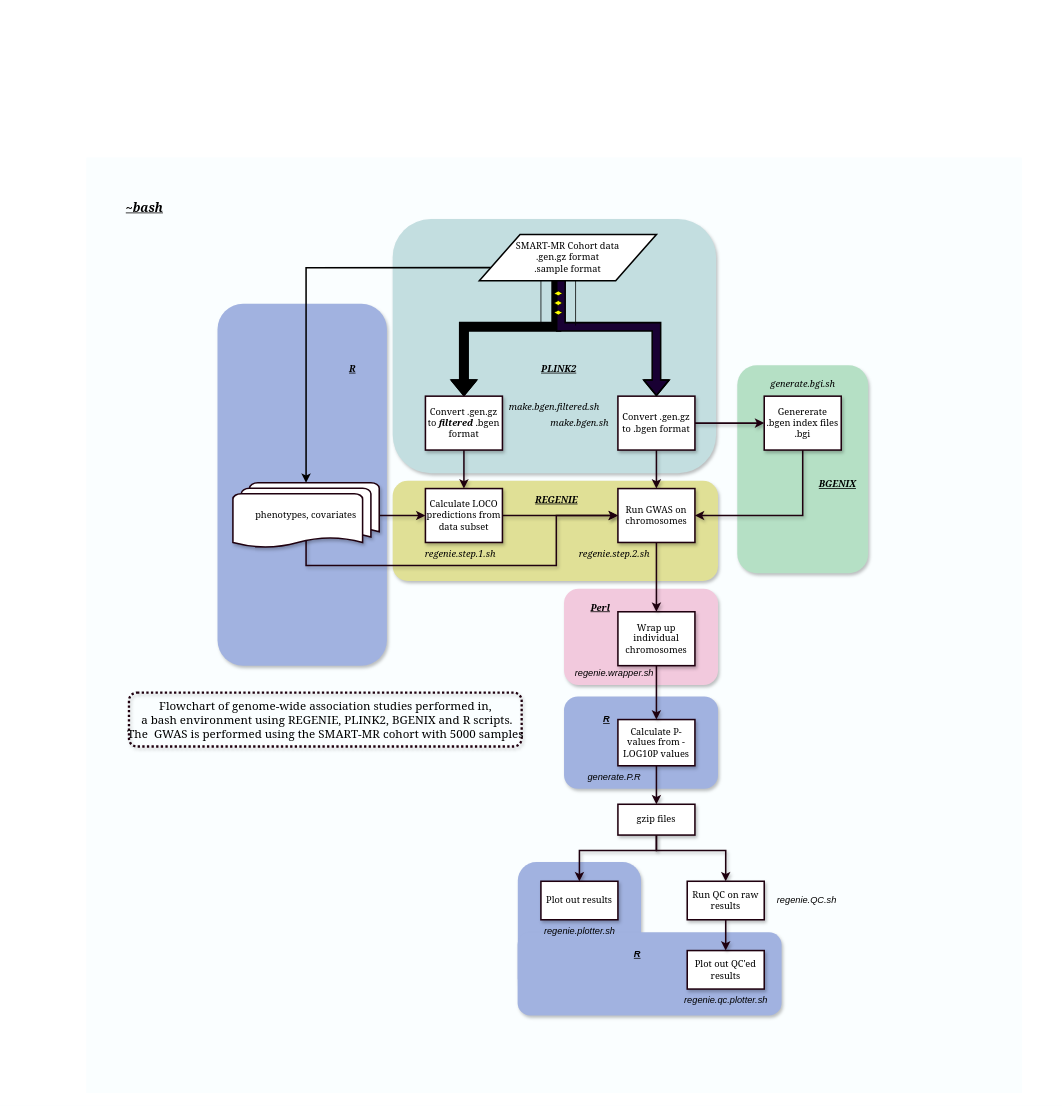
Above: REGENIE_SMART.drawio in xEmz/xEmz (draw.io), before the change. Source tidied: cells renumbered, new cells numbered last; positions are measured from the earlier drawing's top-left corner, leaving out a move shared by most shapes. Both pictures are drawn from the tidied source at 77%, with x=0, y=0 at pixel (86, 157).
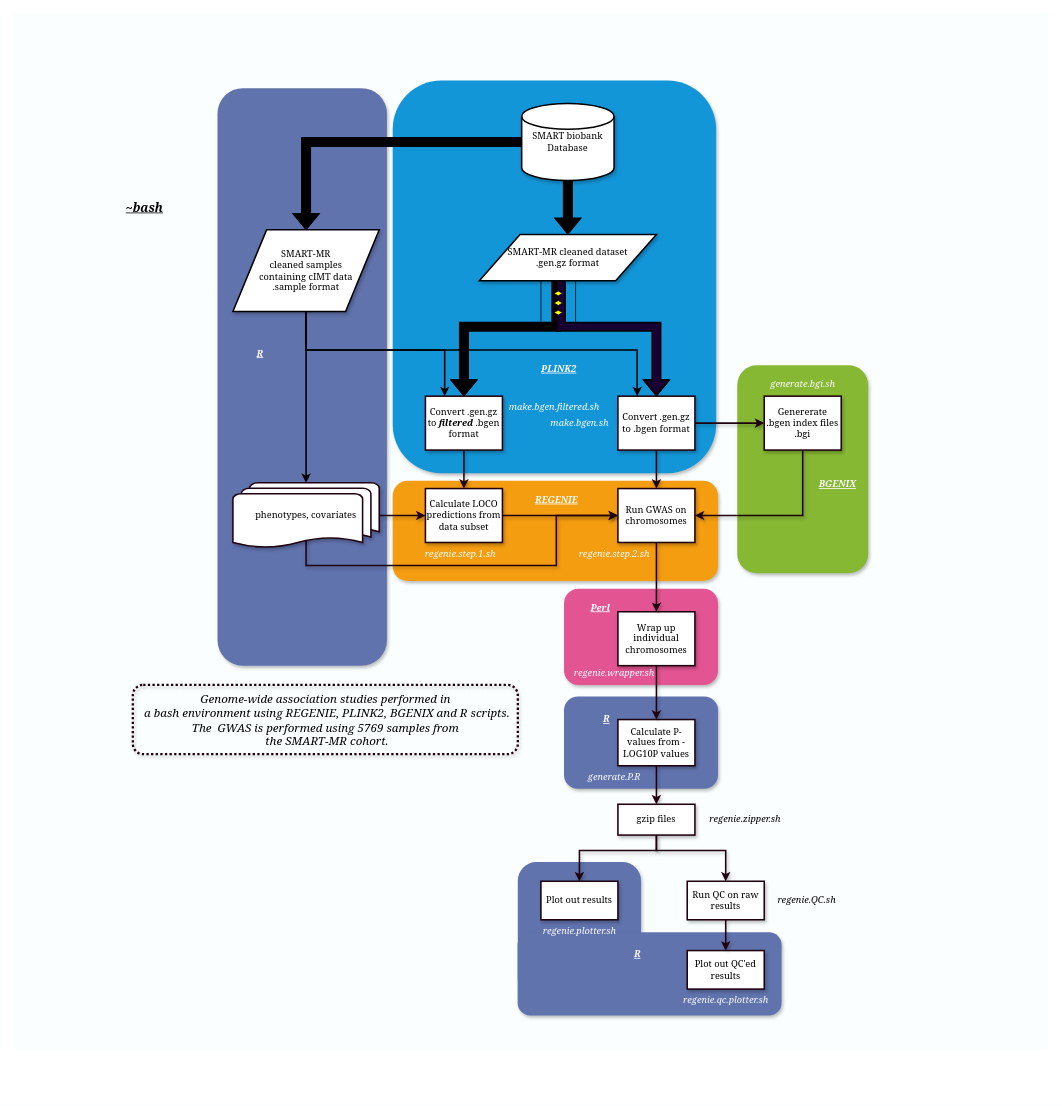
The same diagram, later.

Unchanged cells that the change refers to:
```xml
<mxCell id="13" value="Convert .gen.gz to &lt;i&gt;&lt;b&gt;filtered&lt;/b&gt; &lt;/i&gt;.bgen format" style="whiteSpace=wrap;html=1;absoluteArcSize=1;arcSize=14;strokeWidth=2;fillColor=#FFFFFF;fontFamily=Georgia;strokeColor=#1F000F;sketch=0;shadow=1;" parent="1" vertex="1">
  <mxGeometry x="440" y="310" width="100" height="70" as="geometry" />
</mxCell>
<mxCell id="16" value="Convert .gen.gz to .bgen format" style="whiteSpace=wrap;html=1;absoluteArcSize=1;arcSize=14;strokeWidth=2;fillColor=#FFFFFF;fontFamily=Georgia;strokeColor=#1F000F;sketch=0;shadow=1;" parent="1" vertex="1">
  <mxGeometry x="690" y="310" width="100" height="70" as="geometry" />
</mxCell>
<mxCell id="27" value="phenotypes, covariates" style="strokeWidth=2;html=1;shape=mxgraph.flowchart.multi-document;whiteSpace=wrap;fillColor=#FFFFFF;fontFamily=Georgia;strokeColor=#1F000F;sketch=0;shadow=1;" parent="1" vertex="1">
  <mxGeometry x="190" y="422.5" width="190" height="85" as="geometry" />
</mxCell>
```

Change to the diagram source:
```diff
@@
     <mxCell id="2" style="whiteSpace=wrap;html=1;strokeWidth=20;fontFamily=Georgia;fontColor=#000000;fillColor=#FAFEFF;strokeColor=none;sketch=0;" parent="1" vertex="1">
-      <mxGeometry x="-0.4" width="1215" height="1215" as="geometry" />
+      <mxGeometry x="-95" y="-187.5" width="1345" height="1345" as="geometry" />
     </mxCell>
-    <mxCell id="3" style="whiteSpace=wrap;html=1;fontFamily=Georgia;fontColor=none;fillColor=#A1B2E0;strokeColor=none;sketch=0;glass=0;shadow=1;rounded=1;" parent="1" vertex="1">
+    <mxCell id="3" style="whiteSpace=wrap;html=1;fontFamily=Georgia;fontColor=none;fillColor=#6173AD;strokeColor=none;sketch=0;glass=0;shadow=1;rounded=1;" parent="1" vertex="1">
       <mxGeometry x="560" y="915" width="160" height="175" as="geometry" />
     </mxCell>
-    <mxCell id="4" style="whiteSpace=wrap;html=1;fontFamily=Georgia;fontColor=none;fillColor=#A1B2E0;strokeColor=none;sketch=0;glass=0;shadow=1;rounded=1;" parent="1" vertex="1">
+    <mxCell id="4" style="whiteSpace=wrap;html=1;fontFamily=Georgia;fontColor=none;fillColor=#6173AD;strokeColor=none;sketch=0;glass=0;shadow=1;rounded=1;" parent="1" vertex="1">
       <mxGeometry x="620" y="700" width="200" height="120" as="geometry" />
     </mxCell>
-    <mxCell id="5" style="whiteSpace=wrap;html=1;fontFamily=Georgia;fontColor=#000000;fillColor=#E0E096;strokeColor=none;sketch=0;glass=0;shadow=1;rounded=1;" parent="1" vertex="1">
+    <mxCell id="5" style="whiteSpace=wrap;html=1;fontFamily=Georgia;fontColor=#000000;fillColor=#F59D10;strokeColor=none;sketch=0;glass=0;shadow=1;rounded=1;" parent="1" vertex="1">
       <mxGeometry x="397.5" y="420" width="422.5" height="130" as="geometry" />
     </mxCell>
-    <mxCell id="6" style="whiteSpace=wrap;html=1;fontFamily=Georgia;fontColor=#000000;fillColor=#B5E0C5;strokeColor=none;sketch=0;rounded=1;glass=0;shadow=1;" parent="1" vertex="1">
+    <mxCell id="6" style="whiteSpace=wrap;html=1;fontFamily=Georgia;fontColor=#000000;fillColor=#86B833;strokeColor=none;sketch=0;rounded=1;glass=0;shadow=1;" parent="1" vertex="1">
       <mxGeometry x="845" y="270" width="170" height="270" as="geometry" />
     </mxCell>
-    <mxCell id="7" style="whiteSpace=wrap;html=1;fontFamily=Georgia;fontColor=none;fillColor=#A1B2E0;strokeColor=none;sketch=0;glass=0;shadow=1;rounded=1;" parent="1" vertex="1">
-      <mxGeometry x="170" y="190" width="220" height="470" as="geometry" />
+    <mxCell id="7" style="whiteSpace=wrap;html=1;fontFamily=Georgia;fontColor=none;fillColor=#6173AD;strokeColor=none;sketch=0;glass=0;shadow=1;rounded=1;" parent="1" vertex="1">
+      <mxGeometry x="170" y="-90" width="220" height="750" as="geometry" />
     </mxCell>
-    <mxCell id="8" style="whiteSpace=wrap;html=1;fillColor=#C3DEE0;strokeColor=none;fontFamily=Georgia;sketch=0;glass=0;shadow=1;rounded=1;" parent="1" vertex="1">
-      <mxGeometry x="397.5" y="80" width="420" height="330" as="geometry" />
+    <mxCell id="8" style="whiteSpace=wrap;html=1;fillColor=#1396D8;strokeColor=none;fontFamily=Georgia;sketch=0;glass=0;shadow=1;rounded=1;" parent="1" vertex="1">
+      <mxGeometry x="397.5" y="-100" width="420" height="510" as="geometry" />
     </mxCell>
-    <mxCell id="9" style="edgeStyle=orthogonalEdgeStyle;jettySize=auto;html=1;strokeColor=default;strokeWidth=2;fillColor=#000000;exitX=0;exitY=0.75;exitDx=0;exitDy=0;fontFamily=Georgia;rounded=0;sketch=0;" parent="1" edge="1" source="10" target="27">
-      <mxGeometry relative="1" as="geometry" />
-    </mxCell>
-    <mxCell id="10" value="&lt;font&gt;SMART-MR Cohort data&lt;br&gt;.gen.gz format&lt;br&gt;.sample format&lt;/font&gt;" style="shape=parallelogram;html=1;strokeWidth=2;perimeter=parallelogramPerimeter;whiteSpace=wrap;arcSize=12;size=0.23;fontFamily=Georgia;strokeColor=default;sketch=0;" parent="1" vertex="1">
+    <mxCell id="10" value="&lt;font&gt;SMART-MR cleaned dataset&lt;br&gt;.gen.gz format&lt;br&gt;&lt;/font&gt;" style="shape=parallelogram;html=1;strokeWidth=2;perimeter=parallelogramPerimeter;whiteSpace=wrap;arcSize=12;size=0.23;fontFamily=Georgia;strokeColor=default;sketch=0;shadow=1;" parent="1" vertex="1">
       <mxGeometry x="510" y="100" width="230" height="60" as="geometry" />
     </mxCell>
@@
-    <mxCell id="33" value="&lt;i&gt;&lt;b&gt;&lt;u&gt;PLINK2&lt;/u&gt;&lt;/b&gt;&lt;/i&gt;" style="text;html=1;align=center;verticalAlign=middle;strokeColor=none;fillColor=none;fontFamily=Georgia;sketch=0;shadow=1;" parent="1" vertex="1">
+    <mxCell id="33" value="&lt;i&gt;&lt;b&gt;&lt;u&gt;PLINK2&lt;/u&gt;&lt;/b&gt;&lt;/i&gt;" style="text;html=1;align=center;verticalAlign=middle;strokeColor=none;fillColor=none;fontFamily=Georgia;sketch=0;shadow=1;fontColor=#FFFFFF;" parent="1" vertex="1">
       <mxGeometry x="577.5" y="260" width="70" height="30" as="geometry" />
     </mxCell>
@@
-    <mxCell id="35" value="&lt;b style=&quot;&quot;&gt;&lt;i&gt;&lt;u&gt;R&lt;/u&gt;&lt;/i&gt;&lt;/b&gt;" style="text;html=1;align=center;verticalAlign=middle;strokeColor=none;fillColor=none;fontFamily=Georgia;fontColor=none;sketch=0;shadow=1;" parent="1" vertex="1">
-      <mxGeometry x="330" y="260" width="30" height="30" as="geometry" />
+    <mxCell id="35" value="&lt;b style=&quot;&quot;&gt;&lt;i&gt;&lt;u&gt;R&lt;/u&gt;&lt;/i&gt;&lt;/b&gt;" style="text;html=1;align=center;verticalAlign=middle;strokeColor=none;fillColor=none;fontFamily=Georgia;fontColor=#FFFFFF;sketch=0;shadow=1;" parent="1" vertex="1">
+      <mxGeometry x="210" y="240" width="30" height="30" as="geometry" />
     </mxCell>
-    <mxCell id="36" value="&lt;i&gt;&lt;b&gt;&lt;u&gt;BGENIX&lt;/u&gt;&lt;/b&gt;&lt;/i&gt;" style="text;html=1;align=center;verticalAlign=middle;strokeColor=none;fillColor=none;fontFamily=Georgia;fontColor=#000000;sketch=0;shadow=1;" parent="1" vertex="1">
+    <mxCell id="36" value="&lt;i&gt;&lt;b&gt;&lt;u&gt;BGENIX&lt;/u&gt;&lt;/b&gt;&lt;/i&gt;" style="text;html=1;align=center;verticalAlign=middle;strokeColor=none;fillColor=none;fontFamily=Georgia;fontColor=#FFFFFF;sketch=0;shadow=1;" parent="1" vertex="1">
       <mxGeometry x="935" y="410" width="80" height="30" as="geometry" />
     </mxCell>
-    <mxCell id="37" value="&lt;i&gt;&lt;b&gt;&lt;u&gt;REGENIE&lt;/u&gt;&lt;/b&gt;&lt;/i&gt;" style="text;html=1;align=center;verticalAlign=middle;strokeColor=none;fillColor=none;fontFamily=Georgia;fontColor=#000000;sketch=0;shadow=1;" parent="1" vertex="1">
+    <mxCell id="37" value="&lt;i&gt;&lt;b&gt;&lt;u&gt;REGENIE&lt;/u&gt;&lt;/b&gt;&lt;/i&gt;" style="text;html=1;align=center;verticalAlign=middle;strokeColor=none;fillColor=none;fontFamily=Georgia;fontColor=#FFFFFF;sketch=0;shadow=1;" parent="1" vertex="1">
       <mxGeometry x="570" y="430" width="80" height="30" as="geometry" />
     </mxCell>
@@
-    <mxCell id="39" style="whiteSpace=wrap;html=1;fontFamily=Georgia;fontColor=none;fillColor=#A1B2E0;strokeColor=none;rotation=90;sketch=0;glass=0;shadow=1;rounded=1;" parent="1" vertex="1">
+    <mxCell id="39" style="whiteSpace=wrap;html=1;fontFamily=Georgia;fontColor=none;fillColor=#6173AD;strokeColor=none;rotation=90;sketch=0;glass=0;shadow=1;rounded=1;" parent="1" vertex="1">
       <mxGeometry x="677.1" y="888.9" width="108.1" height="342.8" as="geometry" />
     </mxCell>
@@
-    <mxCell id="42" value="&lt;font style=&quot;font-size: 15px;&quot;&gt;Flowchart of genome-wide association studies performed in,&lt;br&gt;&lt;font style=&quot;font-size: 15px;&quot;&gt;&amp;nbsp;a bash environment using REGENIE, PLINK2, BGENIX and R scripts. &lt;br&gt;&lt;/font&gt;The&amp;nbsp; GWAS is performed using the SMART-MR cohort with 5000 samples&lt;/font&gt;" style="text;html=1;align=center;verticalAlign=middle;strokeColor=#1F000F;fillColor=none;fontFamily=Georgia;dashed=1;dashPattern=1 1;sketch=0;strokeWidth=3;rounded=1;shadow=1;" parent="1" vertex="1">
-      <mxGeometry x="55" y="695" width="510" height="70" as="geometry" />
+    <mxCell id="42" value="&lt;font style=&quot;font-size: 15px;&quot;&gt;&lt;i&gt;Genome-wide association studies performed in&lt;br&gt;&lt;font style=&quot;font-size: 15px;&quot;&gt;&amp;nbsp;a bash environment using REGENIE, PLINK2, BGENIX and R scripts. &lt;br&gt;&lt;/font&gt;The&amp;nbsp; GWAS is performed using 5769 samples from&lt;br&gt;&amp;nbsp;the SMART-MR cohort.&lt;/i&gt;&lt;/font&gt;" style="text;html=1;align=center;verticalAlign=middle;strokeColor=#1F000F;fillColor=none;fontFamily=Georgia;dashed=1;dashPattern=1 1;sketch=0;strokeWidth=3;rounded=1;shadow=1;" parent="1" vertex="1">
+      <mxGeometry x="60" y="685" width="500" height="90" as="geometry" />
     </mxCell>
-    <mxCell id="43" value="make.bgen.filtered.sh" style="text;html=1;align=center;verticalAlign=middle;strokeColor=none;fillColor=none;fontFamily=Georgia;sketch=0;shadow=1;fontStyle=2;" parent="1" vertex="1">
+    <mxCell id="43" value="make.bgen.filtered.sh" style="text;html=1;align=center;verticalAlign=middle;strokeColor=none;fillColor=none;fontFamily=Georgia;sketch=0;shadow=1;fontStyle=2;fontColor=#FFFFFF;" parent="1" vertex="1">
       <mxGeometry x="537.1" y="310" width="140" height="30" as="geometry" />
     </mxCell>
-    <mxCell id="44" value="make.bgen.sh" style="text;html=1;align=center;verticalAlign=middle;strokeColor=none;fillColor=none;fontFamily=Georgia;sketch=0;shadow=1;fontStyle=2;" parent="1" vertex="1">
+    <mxCell id="44" value="make.bgen.sh" style="text;html=1;align=center;verticalAlign=middle;strokeColor=none;fillColor=none;fontFamily=Georgia;sketch=0;shadow=1;fontStyle=2;fontColor=#FFFFFF;" parent="1" vertex="1">
       <mxGeometry x="590" y="330" width="100" height="30" as="geometry" />
     </mxCell>
-    <mxCell id="45" value="generate.bgi.sh" style="text;html=1;align=center;verticalAlign=middle;strokeColor=none;fillColor=none;fontFamily=Georgia;sketch=0;shadow=1;fontStyle=2;" parent="1" vertex="1">
+    <mxCell id="45" value="generate.bgi.sh" style="text;html=1;align=center;verticalAlign=middle;strokeColor=none;fillColor=none;fontFamily=Georgia;sketch=0;shadow=1;fontStyle=2;fontColor=#FFFFFF;" parent="1" vertex="1">
       <mxGeometry x="875" y="280" width="110" height="30" as="geometry" />
     </mxCell>
-    <mxCell id="46" value="regenie.step.1.sh" style="text;html=1;align=center;verticalAlign=middle;strokeColor=none;fillColor=none;fontFamily=Georgia;sketch=0;shadow=1;fontStyle=2;" parent="1" vertex="1">
+    <mxCell id="46" value="regenie.step.1.sh" style="text;html=1;align=center;verticalAlign=middle;strokeColor=none;fillColor=none;fontFamily=Georgia;sketch=0;shadow=1;fontStyle=2;fontColor=#FFFFFF;" parent="1" vertex="1">
       <mxGeometry x="430" y="500" width="110" height="30" as="geometry" />
     </mxCell>
-    <mxCell id="47" value="regenie.step.2.sh" style="text;html=1;align=center;verticalAlign=middle;strokeColor=none;fillColor=none;fontFamily=Georgia;sketch=0;shadow=1;fontStyle=2;" parent="1" vertex="1">
+    <mxCell id="47" value="regenie.step.2.sh" style="text;html=1;align=center;verticalAlign=middle;strokeColor=none;fillColor=none;fontFamily=Georgia;sketch=0;shadow=1;fontStyle=2;fontColor=#FFFFFF;" parent="1" vertex="1">
       <mxGeometry x="630" y="500" width="110" height="30" as="geometry" />
     </mxCell>
-    <mxCell id="48" style="rounded=1;whiteSpace=wrap;html=1;strokeColor=none;fontFamily=Georgia;fillColor=#F2C9DD;sketch=0;glass=0;shadow=1;" parent="1" vertex="1">
+    <mxCell id="48" style="rounded=1;whiteSpace=wrap;html=1;strokeColor=none;fontFamily=Georgia;fillColor=#E35493;sketch=0;glass=0;shadow=1;" parent="1" vertex="1">
       <mxGeometry x="620" y="560" width="200" height="125" as="geometry" />
     </mxCell>
@@
-    <mxCell id="50" value="&lt;b&gt;&lt;i&gt;&lt;u&gt;Perl&lt;/u&gt;&lt;/i&gt;&lt;/b&gt;" style="text;html=1;align=center;verticalAlign=middle;strokeColor=none;fillColor=none;fontFamily=Georgia;sketch=0;shadow=1;" parent="1" vertex="1">
+    <mxCell id="50" value="&lt;b&gt;&lt;i&gt;&lt;u&gt;Perl&lt;/u&gt;&lt;/i&gt;&lt;/b&gt;" style="text;html=1;align=center;verticalAlign=middle;strokeColor=none;fillColor=none;fontFamily=Georgia;sketch=0;shadow=1;fontColor=#FFFFFF;" parent="1" vertex="1">
       <mxGeometry x="641.8" y="570" width="50" height="30" as="geometry" />
     </mxCell>
@@
-    <mxCell id="53" value="&lt;i&gt;regenie.wrapper.sh&lt;/i&gt;" style="text;html=1;align=center;verticalAlign=middle;strokeColor=none;fillColor=none;" parent="1" vertex="1">
+    <mxCell id="53" value="&lt;i&gt;regenie.wrapper.sh&lt;/i&gt;" style="text;html=1;align=center;verticalAlign=middle;strokeColor=none;fillColor=none;fontColor=#FFFFFF;fontFamily=Georgia;" parent="1" vertex="1">
       <mxGeometry x="620" y="655" width="130" height="30" as="geometry" />
     </mxCell>
-    <mxCell id="54" value="&lt;i&gt;generate.P.R&lt;/i&gt;" style="text;html=1;align=center;verticalAlign=middle;strokeColor=none;fillColor=none;" parent="1" vertex="1">
+    <mxCell id="54" value="&lt;i&gt;generate.P.R&lt;/i&gt;" style="text;html=1;align=center;verticalAlign=middle;strokeColor=none;fillColor=none;fontColor=#FFFFFF;fontFamily=Georgia;" parent="1" vertex="1">
       <mxGeometry x="640" y="790" width="90" height="30" as="geometry" />
     </mxCell>
-    <mxCell id="55" value="&lt;i&gt;regenie.plotter.sh&lt;/i&gt;" style="text;html=1;align=center;verticalAlign=middle;strokeColor=none;fillColor=none;" parent="1" vertex="1">
+    <mxCell id="55" value="&lt;i&gt;regenie.plotter.sh&lt;/i&gt;" style="text;html=1;align=center;verticalAlign=middle;strokeColor=none;fillColor=none;fontColor=#FFFFFF;fontFamily=Georgia;" parent="1" vertex="1">
       <mxGeometry x="580" y="990" width="120" height="30" as="geometry" />
     </mxCell>
-    <mxCell id="56" value="&lt;i&gt;regenie.QC.sh&lt;/i&gt;" style="text;html=1;align=center;verticalAlign=middle;strokeColor=none;fillColor=none;" parent="1" vertex="1">
+    <mxCell id="56" value="&lt;i&gt;regenie.QC.sh&lt;/i&gt;" style="text;html=1;align=center;verticalAlign=middle;strokeColor=none;fillColor=none;fontFamily=Georgia;" parent="1" vertex="1">
       <mxGeometry x="885" y="950" width="100" height="30" as="geometry" />
     </mxCell>
-    <mxCell id="57" value="&lt;i&gt;regenie.qc.plotter.sh&lt;/i&gt;" style="text;html=1;align=center;verticalAlign=middle;strokeColor=none;fillColor=none;" parent="1" vertex="1">
+    <mxCell id="57" value="&lt;i&gt;regenie.qc.plotter.sh&lt;/i&gt;" style="text;html=1;align=center;verticalAlign=middle;strokeColor=none;fillColor=none;fontColor=#FFFFFF;fontFamily=Georgia;" parent="1" vertex="1">
       <mxGeometry x="765" y="1080" width="130" height="30" as="geometry" />
     </mxCell>
-    <mxCell id="58" value="&lt;i&gt;&lt;u&gt;&lt;b&gt;R&lt;/b&gt;&lt;/u&gt;&lt;/i&gt;" style="text;html=1;align=center;verticalAlign=middle;strokeColor=none;fillColor=none;rounded=1;shadow=1;glass=0;" parent="1" vertex="1">
+    <mxCell id="58" value="&lt;i&gt;&lt;u&gt;&lt;b&gt;R&lt;/b&gt;&lt;/u&gt;&lt;/i&gt;" style="text;html=1;align=center;verticalAlign=middle;strokeColor=none;fillColor=none;rounded=1;shadow=1;glass=0;fontColor=#FFFFFF;fontFamily=Georgia;" parent="1" vertex="1">
       <mxGeometry x="660" y="715" width="30" height="30" as="geometry" />
     </mxCell>
-    <mxCell id="59" value="&lt;i&gt;&lt;u&gt;&lt;b&gt;R&lt;/b&gt;&lt;/u&gt;&lt;/i&gt;" style="text;html=1;align=center;verticalAlign=middle;strokeColor=none;fillColor=none;rounded=1;shadow=1;glass=0;" parent="1" vertex="1">
+    <mxCell id="59" value="&lt;i&gt;&lt;u&gt;&lt;b&gt;R&lt;/b&gt;&lt;/u&gt;&lt;/i&gt;" style="text;html=1;align=center;verticalAlign=middle;strokeColor=none;fillColor=none;rounded=1;shadow=1;glass=0;fontColor=#FFFFFF;fontFamily=Georgia;" parent="1" vertex="1">
       <mxGeometry x="700" y="1020" width="30" height="30" as="geometry" />
     </mxCell>
+    <mxCell id="60" value="SMART biobank Database" style="strokeWidth=2;html=1;shape=mxgraph.flowchart.database;whiteSpace=wrap;fontColor=#000000;fillColor=default;strokeColor=#000000;sketch=0;shadow=1;fontFamily=Georgia;" parent="1" vertex="1">
+      <mxGeometry x="565" y="-70" width="120" height="100" as="geometry" />
+    </mxCell>
+    <mxCell id="61" style="shape=flexArrow;endArrow=classic;html=1;rounded=0;fontColor=#000000;fillColor=#000000;entryX=0.5;entryY=0;entryDx=0;entryDy=0;strokeWidth=2;exitX=0.5;exitY=1;exitDx=0;exitDy=0;exitPerimeter=0;" parent="1" edge="1" source="60" target="10">
+      <mxGeometry relative="1" as="geometry" />
+    </mxCell>
+    <mxCell id="62" style="edgeStyle=orthogonalEdgeStyle;rounded=0;jettySize=auto;html=1;entryX=0.5;entryY=0;entryDx=0;entryDy=0;entryPerimeter=0;strokeWidth=2;fontColor=#000000;fillColor=#000000;" parent="1" edge="1" source="64" target="27">
+      <mxGeometry relative="1" as="geometry" />
+    </mxCell>
+    <mxCell id="63" style="edgeStyle=orthogonalEdgeStyle;rounded=0;jettySize=auto;html=1;entryX=0.25;entryY=0;entryDx=0;entryDy=0;strokeWidth=2;fontFamily=Georgia;fontColor=#000000;fillColor=#000000;" parent="1" edge="1" source="64" target="16">
+      <mxGeometry relative="1" as="geometry">
+        <Array as="points">
+          <mxPoint x="285" y="250" />
+          <mxPoint x="715" y="250" />
+        </Array>
+      </mxGeometry>
+    </mxCell>
+    <mxCell id="64" value="SMART-MR &lt;br&gt;cleaned samples&lt;br&gt;containing cIMT data&lt;br&gt;.sample format" style="shape=parallelogram;html=1;strokeWidth=2;perimeter=parallelogramPerimeter;whiteSpace=wrap;rounded=0;arcSize=12;size=0.23;strokeColor=#000000;fontColor=#000000;fillColor=default;shadow=1;fontFamily=Georgia;" parent="1" vertex="1">
+      <mxGeometry x="190" y="94" width="190" height="106" as="geometry" />
+    </mxCell>
+    <mxCell id="65" style="shape=flexArrow;endArrow=classic;html=1;strokeWidth=2;strokeColor=default;fillColor=#000000;entryX=0.5;entryY=0;entryDx=0;entryDy=0;fontFamily=Georgia;rounded=0;sketch=0;exitX=0;exitY=0.5;exitDx=0;exitDy=0;exitPerimeter=0;" parent="1" edge="1" source="60" target="64">
+      <mxGeometry relative="1" as="geometry">
+        <Array as="points">
+          <mxPoint x="500" y="-20" />
+          <mxPoint x="285" y="-20" />
+        </Array>
+      </mxGeometry>
+    </mxCell>
+    <mxCell id="66" value="&lt;i&gt;regenie.zipper.sh&lt;/i&gt;" style="text;html=1;align=center;verticalAlign=middle;strokeColor=none;fillColor=none;fontFamily=Georgia;" parent="1" vertex="1">
+      <mxGeometry x="795" y="845" width="120" height="30" as="geometry" />
+    </mxCell>
+    <mxCell id="67" style="endArrow=classic;html=1;rounded=0;strokeWidth=2;fontFamily=Georgia;fontColor=#000000;fillColor=#000000;exitX=0.5;exitY=1;exitDx=0;exitDy=0;entryX=0.25;entryY=0;entryDx=0;entryDy=0;" parent="1" edge="1" source="64" target="13">
+      <mxGeometry relative="1" as="geometry">
+        <Array as="points">
+          <mxPoint x="285" y="250" />
+          <mxPoint x="390" y="250" />
+          <mxPoint x="465" y="250" />
+        </Array>
+      </mxGeometry>
+    </mxCell>
```
